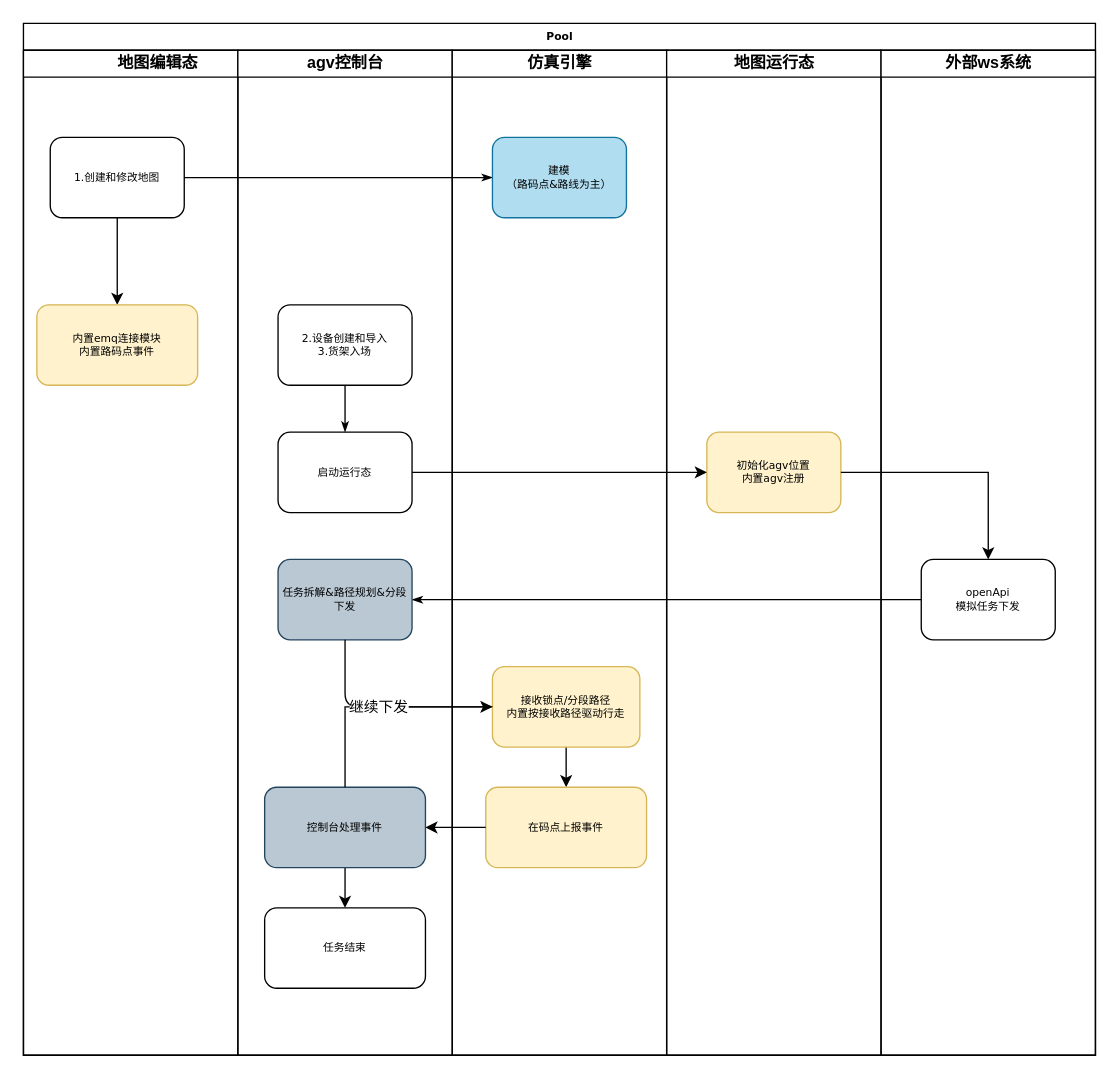
Before: 未命名绘图.drawio in longwoqiankun/drawio, a draw.io diagram. Source tidied: cells renumbered, new cells numbered last; positions are measured from the earlier drawing's top-left corner, leaving out a move shared by most shapes. Both pictures are drawn from the tidied source at 134%, with x=0, y=0 at pixel (23, 23).
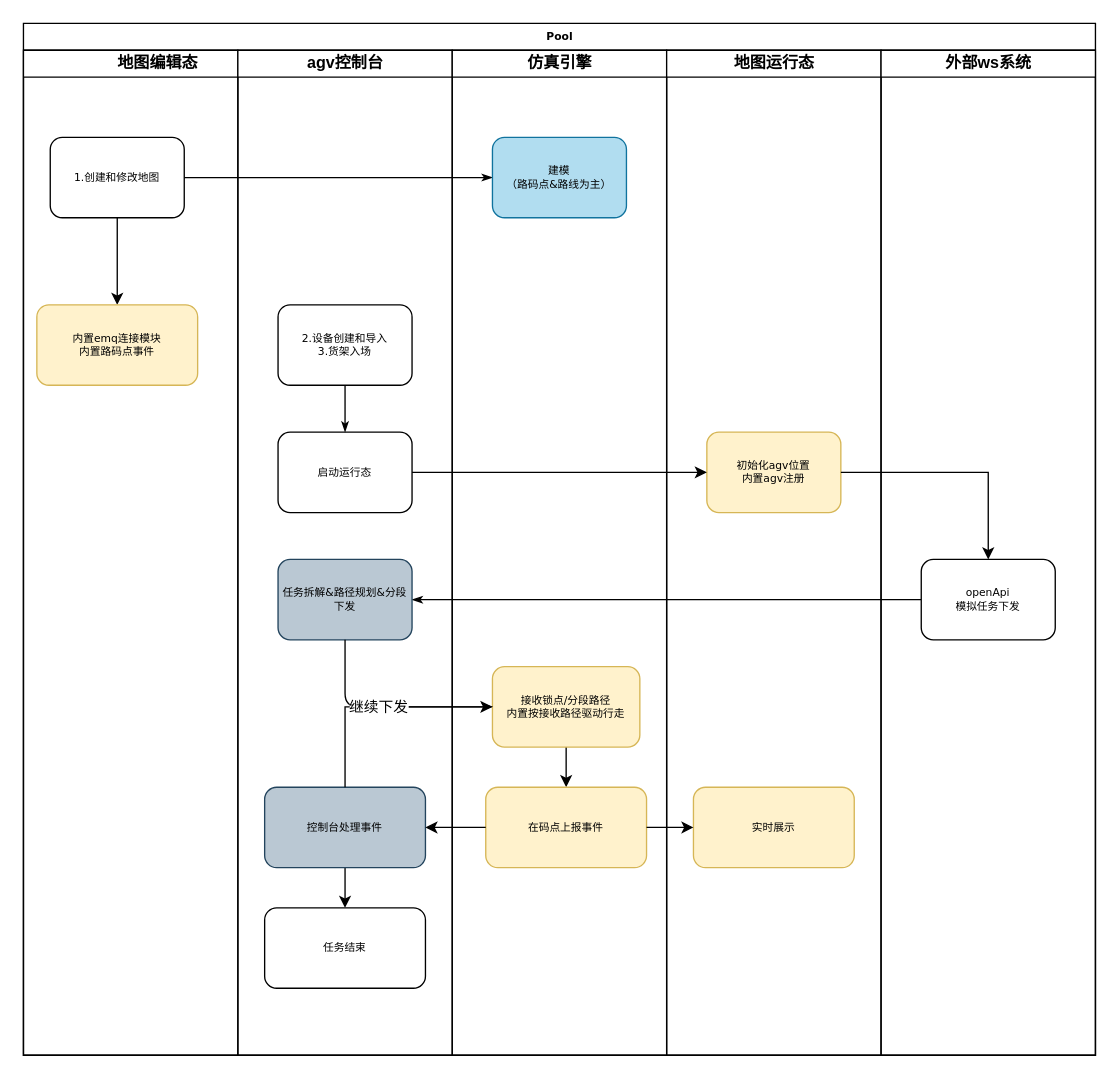
After the change.

Commit message:
更新未命名绘图.drawio

The change refers to these unchanged cells:
```xml
<mxCell id="2" value="Pool" style="swimlane;html=1;startSize=20;rounded=0;shadow=0;labelBackgroundColor=none;strokeWidth=1;fontFamily=Verdana;fontSize=8;align=center;" parent="1" vertex="1">
  <mxGeometry width="800" height="770" as="geometry" />
</mxCell>
<mxCell id="21" value="在码点上报事件" style="whiteSpace=wrap;html=1;fontSize=8;fontFamily=Verdana;rounded=1;shadow=0;labelBackgroundColor=none;strokeWidth=1;fillColor=#fff2cc;strokeColor=#d6b656;" parent="17" vertex="1">
  <mxGeometry x="25" y="550" width="120" height="60" as="geometry" />
</mxCell>
<mxCell id="22" value="地图运行态" style="swimlane;html=1;startSize=20;" parent="2" vertex="1">
  <mxGeometry x="480" y="20" width="160" height="750" as="geometry" />
</mxCell>
```

Change to the diagram source:
```diff
@@
+    <mxCell id="31" value="实时展示" style="whiteSpace=wrap;html=1;fontSize=8;fontFamily=Verdana;rounded=1;shadow=0;labelBackgroundColor=none;strokeWidth=1;fillColor=#fff2cc;strokeColor=#d6b656;" parent="22" vertex="1">
+      <mxGeometry x="20" y="550" width="120" height="60" as="geometry" />
+    </mxCell>
@@
+    <mxCell id="32" style="edgeStyle=orthogonalEdgeStyle;rounded=0;jettySize=auto;html=1;" parent="2" edge="1" source="21" target="31">
+      <mxGeometry relative="1" as="geometry" />
+    </mxCell>
```
